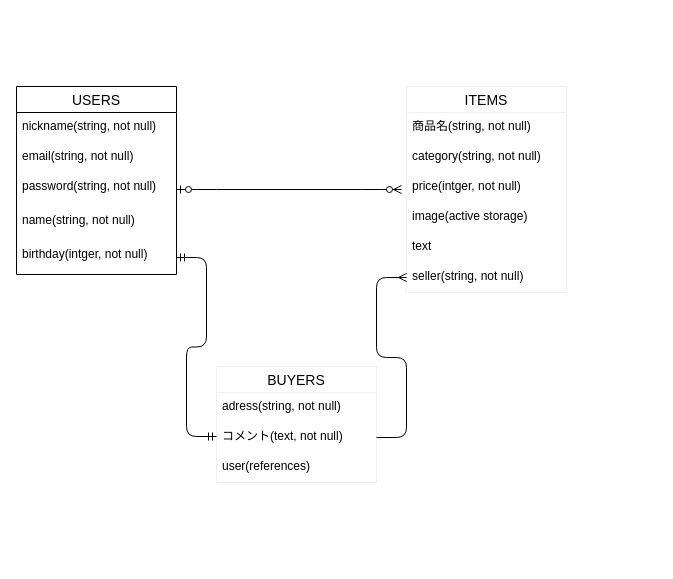
Earlier version of the draw.io diagram ER.dio (crayon356/furima-31966). Source tidied: cells renumbered, new cells numbered last; positions are measured from the earlier drawing's top-left corner, leaving out a move shared by most shapes. Both pictures are drawn from the tidied source at 100%, with x=0, y=0 at pixel (16, 86).
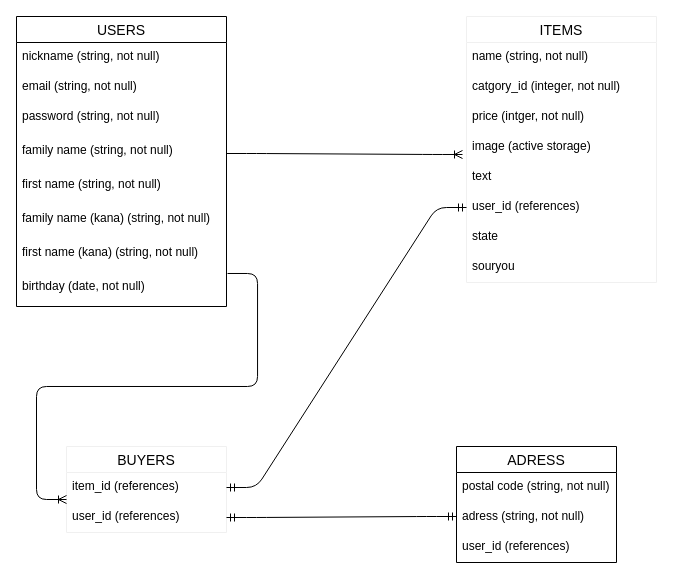
The same page after the edit.

What changed in the source:
```diff
@@
     <mxCell id="2" value="USERS" style="swimlane;fontStyle=0;horizontal=1;startSize=26;align=center;fontSize=14;" parent="1" vertex="1">
-      <mxGeometry width="160" height="188" as="geometry" />
+      <mxGeometry y="-70" width="210" height="290" as="geometry" />
     </mxCell>
-    <mxCell id="3" value="nickname(string, not null)" style="text;strokeColor=none;fillColor=none;spacingLeft=4;spacingRight=4;overflow=hidden;fontSize=12;" parent="2" vertex="1">
-      <mxGeometry y="26" width="160" height="30" as="geometry" />
+    <mxCell id="3" value="nickname (string, not null)" style="text;strokeColor=none;fillColor=none;spacingLeft=4;spacingRight=4;overflow=hidden;fontSize=12;" parent="2" vertex="1">
+      <mxGeometry y="26" width="210" height="30" as="geometry" />
     </mxCell>
-    <mxCell id="4" value="email(string, not null)" style="text;strokeColor=none;fillColor=none;spacingLeft=4;spacingRight=4;overflow=hidden;fontSize=12;" parent="2" vertex="1">
-      <mxGeometry y="56" width="160" height="30" as="geometry" />
+    <mxCell id="4" value="email (string, not null)" style="text;strokeColor=none;fillColor=none;spacingLeft=4;spacingRight=4;overflow=hidden;fontSize=12;" parent="2" vertex="1">
+      <mxGeometry y="56" width="210" height="30" as="geometry" />
     </mxCell>
-    <mxCell id="5" value="password(string, not null)" style="text;strokeColor=none;fillColor=none;spacingLeft=4;spacingRight=4;overflow=hidden;points=[[0,0.5],[1,0.5]];portConstraint=eastwest;fontSize=12;" parent="2" vertex="1">
-      <mxGeometry y="86" width="160" height="34" as="geometry" />
+    <mxCell id="5" value="password (string, not null)" style="text;strokeColor=none;fillColor=none;spacingLeft=4;spacingRight=4;overflow=hidden;points=[[0,0.5],[1,0.5]];portConstraint=eastwest;fontSize=12;" parent="2" vertex="1">
+      <mxGeometry y="86" width="210" height="34" as="geometry" />
     </mxCell>
-    <mxCell id="6" value="name(string, not null)" style="text;strokeColor=none;fillColor=none;spacingLeft=4;spacingRight=4;overflow=hidden;points=[[0,0.5],[1,0.5]];portConstraint=eastwest;fontSize=12;" parent="2" vertex="1">
-      <mxGeometry y="120" width="160" height="34" as="geometry" />
+    <mxCell id="6" value="family name (string, not null)" style="text;strokeColor=none;fillColor=none;spacingLeft=4;spacingRight=4;overflow=hidden;points=[[0,0.5],[1,0.5]];portConstraint=eastwest;fontSize=12;" parent="2" vertex="1">
+      <mxGeometry y="120" width="210" height="34" as="geometry" />
     </mxCell>
-    <mxCell id="7" value="birthday(intger, not null)" style="text;strokeColor=none;fillColor=none;spacingLeft=4;spacingRight=4;overflow=hidden;points=[[0,0.5],[1,0.5]];portConstraint=eastwest;fontSize=12;" parent="2" vertex="1">
-      <mxGeometry y="154" width="160" height="34" as="geometry" />
+    <mxCell id="7" value="first name (string, not null)" style="text;strokeColor=none;fillColor=none;spacingLeft=4;spacingRight=4;overflow=hidden;points=[[0,0.5],[1,0.5]];portConstraint=eastwest;fontSize=12;" parent="2" vertex="1">
+      <mxGeometry y="154" width="210" height="34" as="geometry" />
     </mxCell>
+    <mxCell id="22" value="family name (kana) (string, not null)" style="text;strokeColor=none;fillColor=none;spacingLeft=4;spacingRight=4;overflow=hidden;fontSize=12;" parent="2" vertex="1">
+      <mxGeometry y="188" width="210" height="34" as="geometry" />
+    </mxCell>
+    <mxCell id="23" value="first name (kana) (string, not null)" style="text;strokeColor=none;fillColor=none;spacingLeft=4;spacingRight=4;overflow=hidden;fontSize=12;" parent="2" vertex="1">
+      <mxGeometry y="222" width="210" height="34" as="geometry" />
+    </mxCell>
+    <mxCell id="24" value="birthday (date, not null)" style="text;strokeColor=none;fillColor=none;spacingLeft=4;spacingRight=4;overflow=hidden;points=[[0,0.5],[1,0.5]];portConstraint=eastwest;fontSize=12;" parent="2" vertex="1">
+      <mxGeometry y="256" width="210" height="34" as="geometry" />
+    </mxCell>
     <mxCell id="8" value="ITEMS" style="swimlane;fontStyle=0;horizontal=1;startSize=26;align=center;fontSize=14;strokeColor=#f0f0f0;" parent="1" vertex="1">
-      <mxGeometry x="390" width="160" height="206" as="geometry" />
+      <mxGeometry x="450" y="-70" width="190" height="266" as="geometry" />
     </mxCell>
-    <mxCell id="9" value="商品名(string, not null)" style="text;strokeColor=none;fillColor=none;spacingLeft=4;spacingRight=4;overflow=hidden;fontSize=12;" parent="8" vertex="1">
-      <mxGeometry y="26" width="160" height="30" as="geometry" />
+    <mxCell id="9" value="name (string, not null)" style="text;strokeColor=none;fillColor=none;spacingLeft=4;spacingRight=4;overflow=hidden;fontSize=12;" parent="8" vertex="1">
+      <mxGeometry y="26" width="190" height="30" as="geometry" />
     </mxCell>
-    <mxCell id="10" value="category(string, not null)" style="text;strokeColor=none;fillColor=none;spacingLeft=4;spacingRight=4;overflow=hidden;fontSize=12;" parent="8" vertex="1">
-      <mxGeometry y="56" width="160" height="30" as="geometry" />
+    <mxCell id="10" value="catgory_id (integer, not null)" style="text;strokeColor=none;fillColor=none;spacingLeft=4;spacingRight=4;overflow=hidden;fontSize=12;" parent="8" vertex="1">
+      <mxGeometry y="56" width="190" height="30" as="geometry" />
     </mxCell>
-    <mxCell id="11" value="price(intger, not null)" style="text;strokeColor=none;fillColor=none;spacingLeft=4;spacingRight=4;overflow=hidden;fontSize=12;" parent="8" vertex="1">
-      <mxGeometry y="86" width="160" height="30" as="geometry" />
+    <mxCell id="11" value="price (intger, not null)" style="text;strokeColor=none;fillColor=none;spacingLeft=4;spacingRight=4;overflow=hidden;fontSize=12;" parent="8" vertex="1">
+      <mxGeometry y="86" width="190" height="30" as="geometry" />
     </mxCell>
-    <mxCell id="12" value="image(active storage)" style="text;strokeColor=none;fillColor=none;spacingLeft=4;spacingRight=4;overflow=hidden;points=[[0,0.5],[1,0.5]];portConstraint=eastwest;fontSize=12;" parent="8" vertex="1">
-      <mxGeometry y="116" width="160" height="30" as="geometry" />
+    <mxCell id="12" value="image (active storage)" style="text;strokeColor=none;fillColor=none;spacingLeft=4;spacingRight=4;overflow=hidden;points=[[0,0.5],[1,0.5]];portConstraint=eastwest;fontSize=12;" parent="8" vertex="1">
+      <mxGeometry y="116" width="190" height="30" as="geometry" />
     </mxCell>
     <mxCell id="13" value="text" style="text;strokeColor=none;fillColor=none;spacingLeft=4;spacingRight=4;overflow=hidden;fontSize=12;" parent="8" vertex="1">
-      <mxGeometry y="146" width="160" height="30" as="geometry" />
+      <mxGeometry y="146" width="190" height="30" as="geometry" />
     </mxCell>
-    <mxCell id="14" value="seller(string, not null)" style="text;strokeColor=none;fillColor=none;spacingLeft=4;spacingRight=4;overflow=hidden;points=[[0,0.5],[1,0.5]];portConstraint=eastwest;fontSize=12;" parent="8" vertex="1">
-      <mxGeometry y="176" width="160" height="30" as="geometry" />
+    <mxCell id="14" value="user_id (references)" style="text;strokeColor=none;fillColor=none;spacingLeft=4;spacingRight=4;overflow=hidden;points=[[0,0.5],[1,0.5]];portConstraint=eastwest;fontSize=12;" parent="8" vertex="1">
+      <mxGeometry y="176" width="190" height="30" as="geometry" />
     </mxCell>
+    <mxCell id="25" value="state" style="text;strokeColor=none;fillColor=none;spacingLeft=4;spacingRight=4;overflow=hidden;fontSize=12;" parent="8" vertex="1">
+      <mxGeometry y="206" width="190" height="30" as="geometry" />
+    </mxCell>
+    <mxCell id="26" value="souryou" style="text;strokeColor=none;fillColor=none;spacingLeft=4;spacingRight=4;overflow=hidden;fontSize=12;" parent="8" vertex="1">
+      <mxGeometry y="236" width="190" height="30" as="geometry" />
+    </mxCell>
     <mxCell id="15" value="BUYERS" style="swimlane;fontStyle=0;horizontal=1;startSize=26;align=center;fontSize=14;strokeColor=#f0f0f0;" parent="1" vertex="1">
-      <mxGeometry x="200" y="280" width="160" height="116" as="geometry" />
+      <mxGeometry x="50" y="360" width="160" height="86" as="geometry" />
     </mxCell>
-    <mxCell id="16" value="adress(string, not null)" style="text;strokeColor=none;fillColor=none;spacingLeft=4;spacingRight=4;overflow=hidden;fontSize=12;" parent="15" vertex="1">
-      <mxGeometry y="26" width="160" height="30" as="geometry" />
-    </mxCell>
-    <mxCell id="17" value="コメント(text, not null)" style="text;strokeColor=none;fillColor=none;spacingLeft=4;spacingRight=4;overflow=hidden;points=[[0,0.5],[1,0.5]];portConstraint=eastwest;fontSize=12;" parent="15" vertex="1">
-      <mxGeometry y="56" width="160" height="30" as="geometry" />
+    <mxCell id="17" value="item_id (references)" style="text;strokeColor=none;fillColor=none;spacingLeft=4;spacingRight=4;overflow=hidden;points=[[0,0.5],[1,0.5]];portConstraint=eastwest;fontSize=12;" parent="15" vertex="1">
+      <mxGeometry y="26" width="160" height="30" as="geometry" />
     </mxCell>
-    <mxCell id="18" value="user(references)" style="text;strokeColor=none;fillColor=none;spacingLeft=4;spacingRight=4;overflow=hidden;points=[[0,0.5],[1,0.5]];portConstraint=eastwest;fontSize=12;" parent="15" vertex="1">
-      <mxGeometry y="86" width="160" height="30" as="geometry" />
+    <mxCell id="18" value="user_id (references)" style="text;strokeColor=none;fillColor=none;spacingLeft=4;spacingRight=4;overflow=hidden;points=[[0,0.5],[1,0.5]];portConstraint=eastwest;fontSize=12;" parent="15" vertex="1">
+      <mxGeometry y="56" width="160" height="30" as="geometry" />
     </mxCell>
-    <mxCell id="19" style="edgeStyle=entityRelationEdgeStyle;fontSize=12;html=1;endArrow=ERzeroToMany;startArrow=ERzeroToOne;exitX=1;exitY=0.5;exitDx=0;exitDy=0;" parent="1" edge="1" source="5">
-      <mxGeometry relative="1" as="geometry">
-        <mxPoint x="385" y="103" as="targetPoint" />
-      </mxGeometry>
-    </mxCell>
-    <mxCell id="20" style="edgeStyle=entityRelationEdgeStyle;fontSize=12;html=1;endArrow=ERmandOne;startArrow=ERmandOne;exitX=1;exitY=0.5;exitDx=0;exitDy=0;" parent="1" edge="1" source="7">
-      <mxGeometry relative="1" as="geometry">
-        <mxPoint x="200" y="350" as="targetPoint" />
-      </mxGeometry>
-    </mxCell>
+    <mxCell id="27" value="ADRESS" style="swimlane;fontStyle=0;horizontal=1;startSize=26;align=center;fontSize=14;" parent="1" vertex="1">
+      <mxGeometry x="440" y="360" width="160" height="116" as="geometry" />
+    </mxCell>
+    <mxCell id="28" value="postal code (string, not null)" style="text;strokeColor=none;fillColor=none;spacingLeft=4;spacingRight=4;overflow=hidden;fontSize=12;" parent="27" vertex="1">
+      <mxGeometry y="26" width="160" height="30" as="geometry" />
+    </mxCell>
+    <mxCell id="29" value="adress (string, not null)" style="text;strokeColor=none;fillColor=none;spacingLeft=4;spacingRight=4;overflow=hidden;fontSize=12;" parent="27" vertex="1">
+      <mxGeometry y="56" width="160" height="30" as="geometry" />
+    </mxCell>
+    <mxCell id="30" value="user_id (references)" style="text;strokeColor=none;fillColor=none;spacingLeft=4;spacingRight=4;overflow=hidden;fontSize=12;" parent="27" vertex="1">
+      <mxGeometry y="86" width="160" height="30" as="geometry" />
+    </mxCell>
+    <mxCell id="31" style="edgeStyle=entityRelationEdgeStyle;fontSize=12;html=1;endArrow=ERoneToMany;exitX=1;exitY=0.5;exitDx=0;exitDy=0;entryX=-0.021;entryY=0.733;entryDx=0;entryDy=0;entryPerimeter=0;" parent="1" edge="1" source="6" target="12">
+      <mxGeometry relative="1" as="geometry" />
+    </mxCell>
+    <mxCell id="32" style="edgeStyle=entityRelationEdgeStyle;fontSize=12;html=1;endArrow=ERoneToMany;exitX=1.005;exitY=0.029;exitDx=0;exitDy=0;exitPerimeter=0;" parent="1" edge="1" source="24">
+      <mxGeometry relative="1" as="geometry">
+        <mxPoint x="50" y="413" as="targetPoint" />
+      </mxGeometry>
+    </mxCell>
+    <mxCell id="33" style="edgeStyle=entityRelationEdgeStyle;fontSize=12;html=1;endArrow=ERmandOne;startArrow=ERmandOne;exitX=1;exitY=0.5;exitDx=0;exitDy=0;" parent="1" edge="1" source="18">
+      <mxGeometry relative="1" as="geometry">
+        <mxPoint x="440" y="430" as="targetPoint" />
+      </mxGeometry>
+    </mxCell>
-    <mxCell id="21" style="edgeStyle=entityRelationEdgeStyle;fontSize=12;html=1;endArrow=ERmany;entryX=0;entryY=0.5;entryDx=0;entryDy=0;exitX=1;exitY=0.5;exitDx=0;exitDy=0;" parent="1" edge="1" source="17" target="14">
+    <mxCell id="21" style="edgeStyle=entityRelationEdgeStyle;fontSize=12;html=1;endArrow=ERmandOne;startArrow=ERmandOne;exitX=1;exitY=0.5;exitDx=0;exitDy=0;entryX=0;entryY=0.5;entryDx=0;entryDy=0;" parent="1" edge="1" source="17" target="14">
       <mxGeometry relative="1" as="geometry" />
     </mxCell>
```
